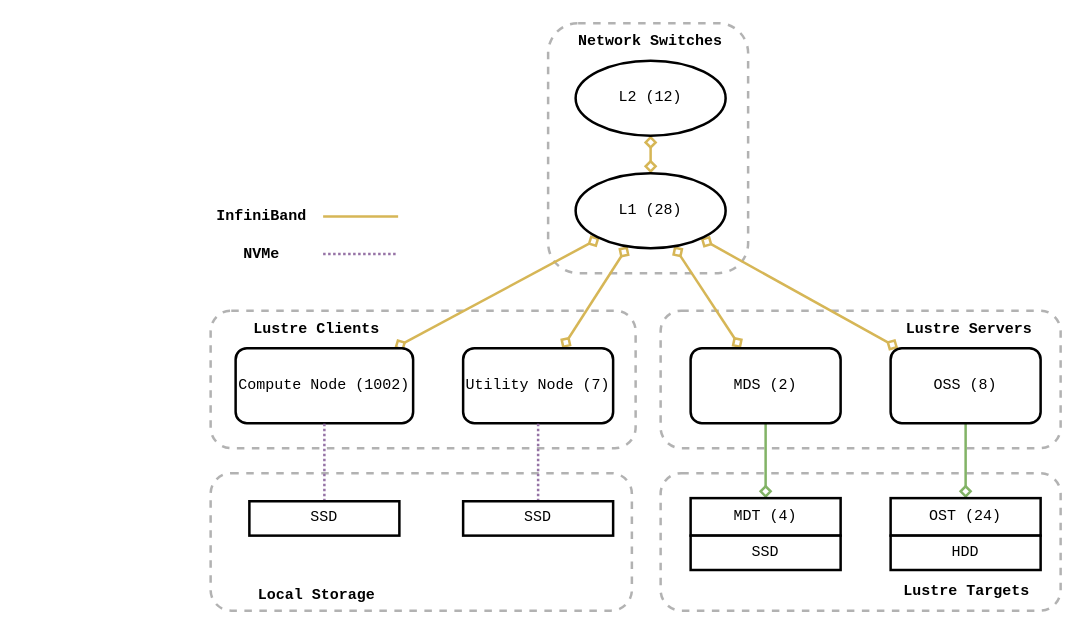
Earlier version of the draw.io diagram content/figures/puhti-hardware.drawio (jaantollander/masters-thesis). Source tidied: cells renumbered, new cells numbered last; positions are measured from the earlier drawing's top-left corner, leaving out a move shared by most shapes. Both pictures are drawn from the tidied source at 125%, with x=0, y=0 at pixel (210, 22).
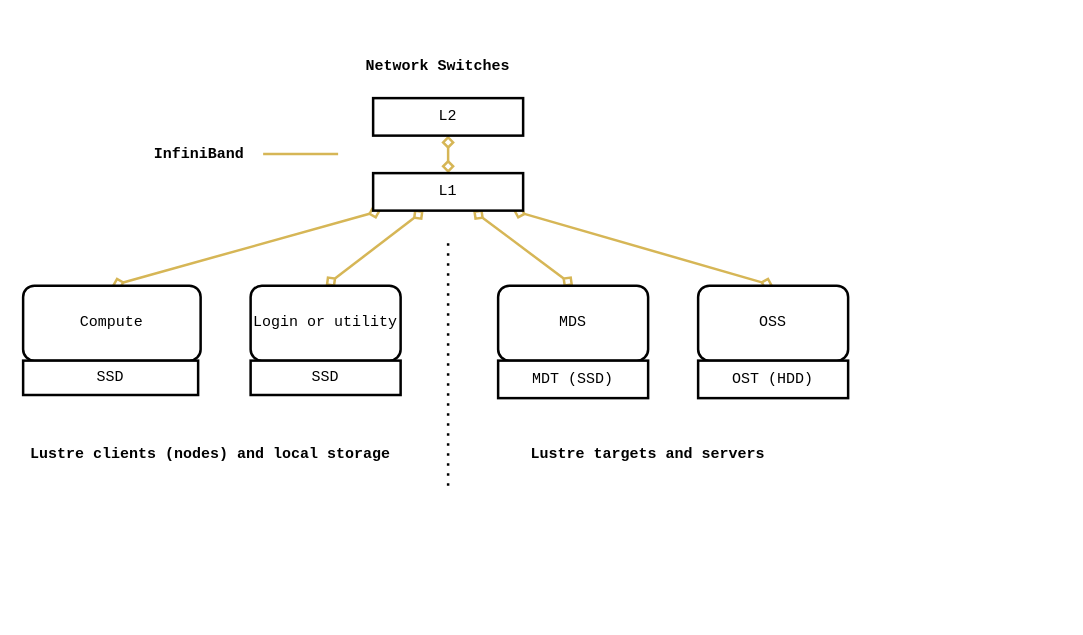
Above is the later version.

The edit, as a diff of the source:
```diff
@@
-    <mxCell id="2" style="rounded=1;whiteSpace=wrap;html=1;fillColor=none;dashed=1;fontColor=#333333;strokeColor=#666666;sketch=0;strokeWidth=2;fontFamily=Courier New;opacity=50;" parent="1" vertex="1">
-      <mxGeometry y="360" width="337" height="110" as="geometry" />
-    </mxCell>
-    <mxCell id="3" style="rounded=1;whiteSpace=wrap;html=1;fillColor=none;dashed=1;fontColor=#333333;strokeColor=#666666;sketch=0;strokeWidth=2;fontFamily=Courier New;opacity=50;" parent="1" vertex="1">
-      <mxGeometry y="230" width="340" height="110" as="geometry" />
-    </mxCell>
-    <mxCell id="4" style="rounded=1;whiteSpace=wrap;html=1;dashed=1;fillColor=none;fontColor=#333333;strokeColor=#666666;sketch=0;strokeWidth=2;fontFamily=Courier New;opacity=50;" parent="1" vertex="1">
-      <mxGeometry x="360" y="230" width="320" height="110" as="geometry" />
-    </mxCell>
-    <mxCell id="5" style="rounded=1;whiteSpace=wrap;html=1;dashed=1;fillColor=none;fontColor=#333333;strokeColor=#666666;sketch=0;strokeWidth=2;fontFamily=Courier New;opacity=50;" parent="1" vertex="1">
-      <mxGeometry x="360" y="360" width="320" height="110" as="geometry" />
-    </mxCell>
-    <mxCell id="6" style="rounded=1;whiteSpace=wrap;html=1;dashed=1;fillColor=none;shadow=0;sketch=0;glass=0;fontColor=#333333;strokeColor=#666666;strokeWidth=2;fontFamily=Courier New;opacity=50;" parent="1" vertex="1">
-      <mxGeometry x="270" width="160" height="200" as="geometry" />
-    </mxCell>
-    <mxCell id="7" style="rounded=0;jettySize=auto;html=1;fillColor=#fff2cc;strokeColor=#d6b656;startArrow=diamond;startFill=0;endArrow=diamond;endFill=0;strokeWidth=2;fontFamily=Courier New;" parent="1" edge="1" source="8" target="18">
+    <mxCell id="7" style="rounded=0;jettySize=auto;html=1;fillColor=#fff2cc;strokeColor=#d6b656;startArrow=diamond;startFill=0;endArrow=diamond;endFill=0;strokeWidth=2;fontFamily=Courier New;exitX=0.5;exitY=0;exitDx=0;exitDy=0;" parent="1" edge="1" source="8" target="18">
       <mxGeometry relative="1" as="geometry" />
     </mxCell>
-    <mxCell id="8" value="Compute Node (1002)" style="rounded=1;whiteSpace=wrap;html=1;strokeWidth=2;fontFamily=Courier New;" parent="1" vertex="1">
-      <mxGeometry x="20" y="260" width="142" height="60" as="geometry" />
+    <mxCell id="8" value="Compute" style="rounded=1;whiteSpace=wrap;html=1;strokeWidth=2;fontFamily=Courier New;" parent="1" vertex="1">
+      <mxGeometry x="-150" y="210" width="142" height="60" as="geometry" />
     </mxCell>
-    <mxCell id="9" style="edgeStyle=none;rounded=0;jettySize=auto;html=1;fillColor=#fff2cc;strokeColor=#d6b656;endArrow=diamond;endFill=0;strokeWidth=2;startArrow=diamond;startFill=0;fontFamily=Courier New;" parent="1" edge="1" source="10" target="18">
+    <mxCell id="9" style="rounded=0;jettySize=auto;html=1;fillColor=#fff2cc;strokeColor=#d6b656;endArrow=diamond;endFill=0;strokeWidth=2;startArrow=diamond;startFill=0;fontFamily=Courier New;exitX=0.5;exitY=0;exitDx=0;exitDy=0;" parent="1" edge="1" source="10" target="18">
       <mxGeometry relative="1" as="geometry" />
     </mxCell>
-    <mxCell id="10" value="Utility Node (7)" style="rounded=1;whiteSpace=wrap;html=1;strokeWidth=2;fontFamily=Courier New;" parent="1" vertex="1">
-      <mxGeometry x="202" y="260" width="120" height="60" as="geometry" />
+    <mxCell id="10" value="Login or utility" style="rounded=1;whiteSpace=wrap;html=1;strokeWidth=2;fontFamily=Courier New;" parent="1" vertex="1">
+      <mxGeometry x="32" y="210" width="120" height="60" as="geometry" />
     </mxCell>
-    <mxCell id="11" style="edgeStyle=none;rounded=0;jettySize=auto;html=1;fillColor=#fff2cc;strokeColor=#d6b656;endArrow=diamond;endFill=0;strokeWidth=2;startArrow=diamond;startFill=0;fontFamily=Courier New;" parent="1" edge="1" source="13" target="18">
+    <mxCell id="11" style="rounded=0;jettySize=auto;html=1;fillColor=#fff2cc;strokeColor=#d6b656;endArrow=diamond;endFill=0;strokeWidth=2;startArrow=diamond;startFill=0;fontFamily=Courier New;exitX=0.5;exitY=0;exitDx=0;exitDy=0;" parent="1" edge="1" source="13" target="18">
       <mxGeometry relative="1" as="geometry" />
     </mxCell>
-    <mxCell id="12" style="edgeStyle=none;rounded=0;jettySize=auto;html=1;fillColor=#d5e8d4;strokeColor=#82b366;endArrow=diamond;endFill=0;strokeWidth=2;fontFamily=Courier New;" parent="1" edge="1" source="13" target="19">
-      <mxGeometry relative="1" as="geometry" />
-    </mxCell>
-    <mxCell id="13" value="MDS (2)" style="rounded=1;whiteSpace=wrap;html=1;strokeWidth=2;fontFamily=Courier New;" parent="1" vertex="1">
-      <mxGeometry x="384" y="260" width="120" height="60" as="geometry" />
+    <mxCell id="13" value="MDS" style="rounded=1;whiteSpace=wrap;html=1;strokeWidth=2;fontFamily=Courier New;" parent="1" vertex="1">
+      <mxGeometry x="230" y="210" width="120" height="60" as="geometry" />
     </mxCell>
-    <mxCell id="14" style="edgeStyle=none;rounded=0;jettySize=auto;html=1;fillColor=#fff2cc;strokeColor=#d6b656;endArrow=diamond;endFill=0;strokeWidth=2;startArrow=diamond;startFill=0;fontFamily=Courier New;" parent="1" edge="1" source="16" target="18">
+    <mxCell id="14" style="rounded=0;jettySize=auto;html=1;fillColor=#fff2cc;strokeColor=#d6b656;endArrow=diamond;endFill=0;strokeWidth=2;startArrow=diamond;startFill=0;fontFamily=Courier New;exitX=0.5;exitY=0;exitDx=0;exitDy=0;" parent="1" edge="1" source="16" target="18">
       <mxGeometry relative="1" as="geometry" />
     </mxCell>
-    <mxCell id="15" style="edgeStyle=none;rounded=0;jettySize=auto;html=1;entryX=0.5;entryY=0;entryDx=0;entryDy=0;fillColor=#d5e8d4;strokeColor=#82b366;endArrow=diamond;endFill=0;strokeWidth=2;fontFamily=Courier New;" parent="1" edge="1" source="16" target="20">
-      <mxGeometry relative="1" as="geometry" />
-    </mxCell>
-    <mxCell id="16" value="OSS (8)" style="rounded=1;whiteSpace=wrap;html=1;strokeWidth=2;fontFamily=Courier New;" parent="1" vertex="1">
-      <mxGeometry x="544" y="260" width="120" height="60" as="geometry" />
+    <mxCell id="16" value="OSS" style="rounded=1;whiteSpace=wrap;html=1;strokeWidth=2;fontFamily=Courier New;" parent="1" vertex="1">
+      <mxGeometry x="390" y="210" width="120" height="60" as="geometry" />
     </mxCell>
@@
-    <mxCell id="18" value="&lt;div&gt;L1&amp;nbsp;&lt;span style=&quot;background-color: initial;&quot;&gt;(28)&lt;/span&gt;&lt;/div&gt;" style="ellipse;whiteSpace=wrap;html=1;fontFamily=Courier New;fontSize=12;fontColor=default;align=center;strokeColor=default;strokeWidth=2;fillColor=default;" parent="1" vertex="1">
-      <mxGeometry x="292" y="120" width="120" height="60" as="geometry" />
+    <mxCell id="18" value="&lt;div&gt;L1&lt;/div&gt;" style="rounded=0;whiteSpace=wrap;html=1;fontFamily=Courier New;fontSize=12;fontColor=default;align=center;strokeColor=default;strokeWidth=2;fillColor=default;" parent="1" vertex="1">
+      <mxGeometry x="130" y="120" width="120" height="30" as="geometry" />
     </mxCell>
-    <mxCell id="19" value="MDT (4)" style="rounded=0;whiteSpace=wrap;html=1;fontFamily=Courier New;fontSize=12;fontColor=default;align=center;strokeColor=default;strokeWidth=2;fillColor=default;" parent="1" vertex="1">
-      <mxGeometry x="384" y="380" width="120" height="30" as="geometry" />
+    <mxCell id="19" value="MDT (SSD)" style="rounded=0;whiteSpace=wrap;html=1;fontFamily=Courier New;fontSize=12;fontColor=default;align=center;strokeColor=default;strokeWidth=2;fillColor=default;" parent="1" vertex="1">
+      <mxGeometry x="230" y="270" width="120" height="30" as="geometry" />
     </mxCell>
-    <mxCell id="20" value="OST (24)" style="rounded=0;whiteSpace=wrap;html=1;fontFamily=Courier New;fontSize=12;fontColor=default;align=center;strokeColor=default;strokeWidth=2;fillColor=default;" parent="1" vertex="1">
-      <mxGeometry x="544" y="380" width="120" height="30" as="geometry" />
+    <mxCell id="20" value="OST (HDD)" style="rounded=0;whiteSpace=wrap;html=1;fontFamily=Courier New;fontSize=12;fontColor=default;align=center;strokeColor=default;strokeWidth=2;fillColor=default;" parent="1" vertex="1">
+      <mxGeometry x="390" y="270" width="120" height="30" as="geometry" />
     </mxCell>
-    <mxCell id="21" value="Lustre Servers" style="text;html=1;strokeColor=none;fillColor=none;align=center;verticalAlign=middle;whiteSpace=wrap;rounded=0;dashed=1;fontFamily=Courier New;fontStyle=1;" parent="1" vertex="1">
-      <mxGeometry x="550" y="230" width="114" height="30" as="geometry" />
-    </mxCell>
-    <mxCell id="22" value="&lt;div&gt;Lustre Clients&lt;/div&gt;" style="text;html=1;strokeColor=none;fillColor=none;align=center;verticalAlign=middle;whiteSpace=wrap;rounded=0;dashed=1;fontFamily=Courier New;fontStyle=1;" parent="1" vertex="1">
-      <mxGeometry x="20" y="230" width="130" height="30" as="geometry" />
+    <mxCell id="22" value="&lt;div&gt;Lustre clients (nodes) and local storage&lt;/div&gt;" style="text;html=1;strokeColor=none;fillColor=none;align=center;verticalAlign=middle;whiteSpace=wrap;rounded=0;dashed=1;fontFamily=Courier New;fontStyle=1;" parent="1" vertex="1">
+      <mxGeometry x="-150" y="330" width="300" height="30" as="geometry" />
     </mxCell>
-    <mxCell id="23" value="Lustre Targets" style="text;html=1;strokeColor=none;fillColor=none;align=center;verticalAlign=middle;whiteSpace=wrap;rounded=0;dashed=1;fontFamily=Courier New;fontStyle=1;" parent="1" vertex="1">
-      <mxGeometry x="544" y="440" width="122" height="30" as="geometry" />
+    <mxCell id="23" value="Lustre targets and servers" style="text;html=1;strokeColor=none;fillColor=none;align=center;verticalAlign=middle;whiteSpace=wrap;rounded=0;dashed=1;fontFamily=Courier New;fontStyle=1;" parent="1" vertex="1">
+      <mxGeometry x="250" y="330" width="200" height="30" as="geometry" />
     </mxCell>
-    <mxCell id="24" value="L2 (12)" style="ellipse;whiteSpace=wrap;html=1;fontFamily=Courier New;fontSize=12;fontColor=default;align=center;strokeColor=default;strokeWidth=2;fillColor=default;" parent="1" vertex="1">
-      <mxGeometry x="292" y="30" width="120" height="60" as="geometry" />
+    <mxCell id="24" value="L2" style="rounded=0;whiteSpace=wrap;html=1;fontFamily=Courier New;fontSize=12;fontColor=default;align=center;strokeColor=default;strokeWidth=2;fillColor=default;" parent="1" vertex="1">
+      <mxGeometry x="130" y="60" width="120" height="30" as="geometry" />
     </mxCell>
     <mxCell id="25" value="Network Switches" style="text;html=1;strokeColor=none;fillColor=none;align=center;verticalAlign=middle;whiteSpace=wrap;rounded=0;fontFamily=Courier New;fontStyle=1;" parent="1" vertex="1">
-      <mxGeometry x="292" width="120" height="30" as="geometry" />
+      <mxGeometry x="122" y="20" width="120" height="30" as="geometry" />
     </mxCell>
     <mxCell id="26" value="InfiniBand" style="text;html=1;strokeColor=none;fillColor=none;align=center;verticalAlign=middle;whiteSpace=wrap;rounded=0;shadow=0;glass=0;sketch=1;fontFamily=Courier New;fontStyle=1;" parent="1" vertex="1">
-      <mxGeometry y="140" width="82" height="30" as="geometry" />
+      <mxGeometry x="-50" y="90" width="82" height="30" as="geometry" />
     </mxCell>
     <mxCell id="27" style="endArrow=none;html=1;rounded=0;fillColor=#fff2cc;strokeColor=#d6b656;strokeWidth=2;fontFamily=Courier New;" parent="1" edge="1">
       <mxGeometry relative="1" as="geometry">
-        <mxPoint x="90" y="154.7" as="sourcePoint" />
-        <mxPoint x="150" y="154.7" as="targetPoint" />
+        <mxPoint x="42" y="104.7" as="sourcePoint" />
+        <mxPoint x="102" y="104.7" as="targetPoint" />
       </mxGeometry>
     </mxCell>
-    <mxCell id="28" style="edgeStyle=orthogonalEdgeStyle;rounded=0;jettySize=auto;html=1;fontFamily=Courier New;endArrow=none;endFill=0;strokeWidth=2;dashed=1;fillColor=#e1d5e7;strokeColor=#9673a6;dashPattern=1 1;exitX=0.5;exitY=0;exitDx=0;exitDy=0;" parent="1" edge="1" source="34" target="8">
-      <mxGeometry relative="1" as="geometry" />
-    </mxCell>
-    <mxCell id="29" style="edgeStyle=orthogonalEdgeStyle;rounded=0;jettySize=auto;html=1;fontFamily=Courier New;endArrow=none;endFill=0;strokeWidth=2;dashed=1;fillColor=#e1d5e7;strokeColor=#9673a6;dashPattern=1 1;" parent="1" edge="1" source="30" target="10">
-      <mxGeometry relative="1" as="geometry" />
-    </mxCell>
     <mxCell id="30" value="SSD" style="rounded=0;whiteSpace=wrap;html=1;fontFamily=Courier New;fontSize=12;fontColor=default;align=center;strokeColor=default;strokeWidth=2;fillColor=default;" parent="1" vertex="1">
-      <mxGeometry x="202" y="382.5" width="120" height="27.5" as="geometry" />
+      <mxGeometry x="32" y="270" width="120" height="27.5" as="geometry" />
     </mxCell>
-    <mxCell id="31" value="&lt;div&gt;Local Storage&lt;/div&gt;" style="text;html=1;strokeColor=none;fillColor=none;align=center;verticalAlign=middle;whiteSpace=wrap;rounded=0;dashed=1;fontFamily=Courier New;fontStyle=1;" parent="1" vertex="1">
-      <mxGeometry x="20" y="442.5" width="130" height="30" as="geometry" />
-    </mxCell>
-    <mxCell id="32" value="NVMe" style="text;html=1;strokeColor=none;fillColor=none;align=center;verticalAlign=middle;whiteSpace=wrap;rounded=0;shadow=0;glass=0;sketch=1;fontFamily=Courier New;fontStyle=1;" parent="1" vertex="1">
-      <mxGeometry y="170" width="82" height="30" as="geometry" />
-    </mxCell>
-    <mxCell id="33" style="endArrow=none;html=1;rounded=0;fillColor=#e1d5e7;strokeColor=#9673a6;strokeWidth=2;fontFamily=Courier New;dashed=1;dashPattern=1 1;" parent="1" edge="1">
-      <mxGeometry relative="1" as="geometry">
-        <mxPoint x="90" y="184.7" as="sourcePoint" />
-        <mxPoint x="150" y="184.7" as="targetPoint" />
-      </mxGeometry>
-    </mxCell>
     <mxCell id="34" value="SSD" style="rounded=0;whiteSpace=wrap;html=1;fontFamily=Courier New;fontSize=12;fontColor=default;align=center;strokeColor=default;strokeWidth=2;fillColor=default;" parent="1" vertex="1">
-      <mxGeometry x="31" y="382.5" width="120" height="27.5" as="geometry" />
+      <mxGeometry x="-150" y="270" width="140" height="27.5" as="geometry" />
     </mxCell>
-    <mxCell id="35" value="SSD" style="rounded=0;whiteSpace=wrap;html=1;fontFamily=Courier New;fontSize=12;fontColor=default;align=center;strokeColor=default;strokeWidth=2;fillColor=default;" parent="1" vertex="1">
-      <mxGeometry x="384" y="410" width="120" height="27.5" as="geometry" />
-    </mxCell>
-    <mxCell id="36" value="HDD" style="rounded=0;whiteSpace=wrap;html=1;fontFamily=Courier New;fontSize=12;fontColor=default;align=center;strokeColor=default;strokeWidth=2;fillColor=default;" parent="1" vertex="1">
-      <mxGeometry x="544" y="410" width="120" height="27.5" as="geometry" />
-    </mxCell>
+    <mxCell id="37" style="endArrow=none;dashed=1;html=1;dashPattern=1 3;strokeWidth=2;rounded=0;" parent="1" edge="1">
+      <mxGeometry relative="1" as="geometry">
+        <mxPoint x="190" y="370" as="sourcePoint" />
+        <mxPoint x="190" y="170" as="targetPoint" />
+      </mxGeometry>
+    </mxCell>
```
